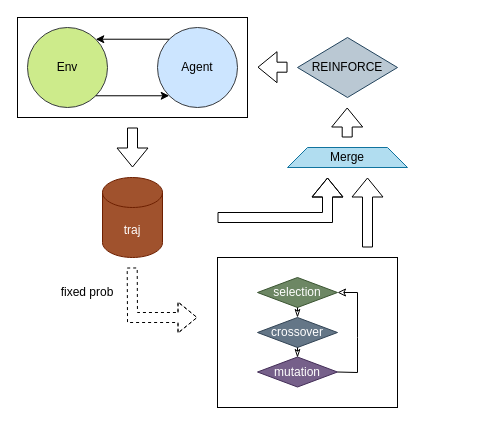
Before: 3-27组会.drawio in Tarseus/drawio, a draw.io diagram. Source tidied: cells renumbered, new cells numbered last; positions are measured from the earlier drawing's top-left corner, leaving out a move shared by most shapes. Both pictures are drawn from the tidied source at 100%, with x=0, y=0 at pixel (17, 17).
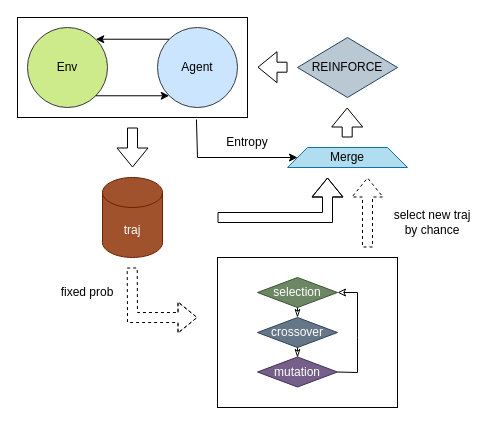
After the change.

The change refers to these unchanged cells:
```xml
<mxCell id="2" style="rounded=0;whiteSpace=wrap;html=1;" parent="1" vertex="1">
  <mxGeometry width="230" height="100" as="geometry" />
</mxCell>
<mxCell id="19" value="Merge" style="shape=trapezoid;perimeter=trapezoidPerimeter;whiteSpace=wrap;html=1;fixedSize=1;fillColor=#b1ddf0;strokeColor=#10739e;" parent="1" vertex="1">
  <mxGeometry x="270" y="130" width="120" height="20" as="geometry" />
</mxCell>
```

What changed in the source:
```diff
@@
-    <mxCell id="18" style="shape=flexArrow;endArrow=classic;html=1;rounded=0;" parent="1" edge="1">
+    <mxCell id="18" style="shape=flexArrow;endArrow=classic;html=1;rounded=0;dashed=1;" parent="1" edge="1">
       <mxGeometry relative="1" as="geometry">
         <mxPoint x="350" y="230" as="sourcePoint" />
         <mxPoint x="350" y="160" as="targetPoint" />
       </mxGeometry>
     </mxCell>
@@
+    <mxCell id="24" style="endArrow=classic;html=1;rounded=0;exitX=0.778;exitY=1.02;exitDx=0;exitDy=0;exitPerimeter=0;" parent="1" edge="1" source="2" target="19">
+      <mxGeometry relative="1" as="geometry">
+        <Array as="points">
+          <mxPoint x="180" y="140" />
+        </Array>
+      </mxGeometry>
+    </mxCell>
+    <mxCell id="25" value="Entropy" style="text;html=1;align=center;verticalAlign=middle;whiteSpace=wrap;rounded=0;" parent="1" vertex="1">
+      <mxGeometry x="200" y="110" width="60" height="30" as="geometry" />
+    </mxCell>
+    <mxCell id="26" value="select new traj by chance" style="text;html=1;align=center;verticalAlign=middle;whiteSpace=wrap;rounded=0;" parent="1" vertex="1">
+      <mxGeometry x="370" y="190" width="90" height="30" as="geometry" />
+    </mxCell>
```
